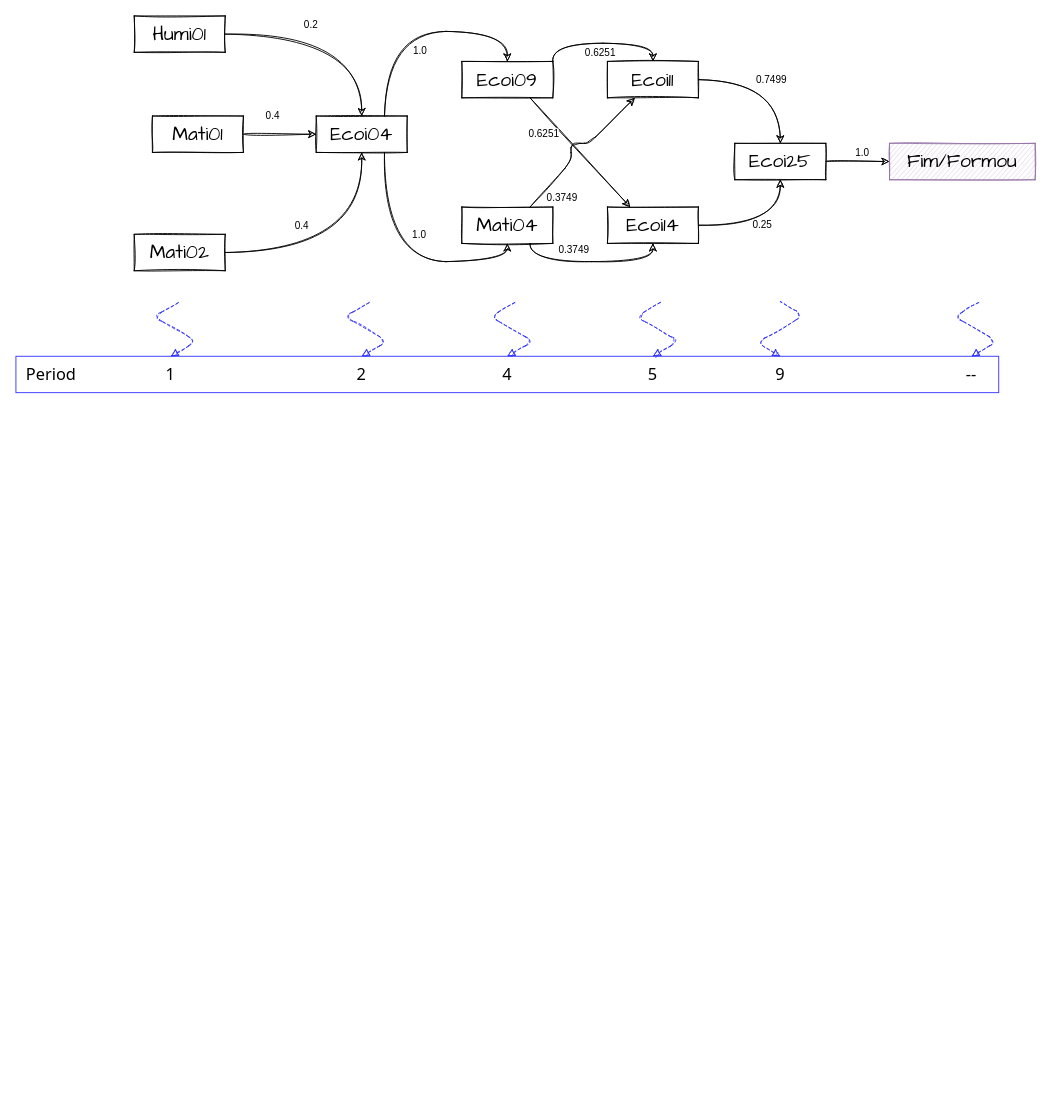
This is assets/fluxograms/grafo-desenvolvimento-web.drawio from ppcamp/sigaa-scraping-analysis, a draw.io file, before an edit. Source tidied: cells renumbered, new cells numbered last; positions are measured from the earlier drawing's top-left corner, leaving out a move shared by most shapes. Both pictures are drawn from the tidied source at 91%, with x=0, y=0 at pixel (15, 15).
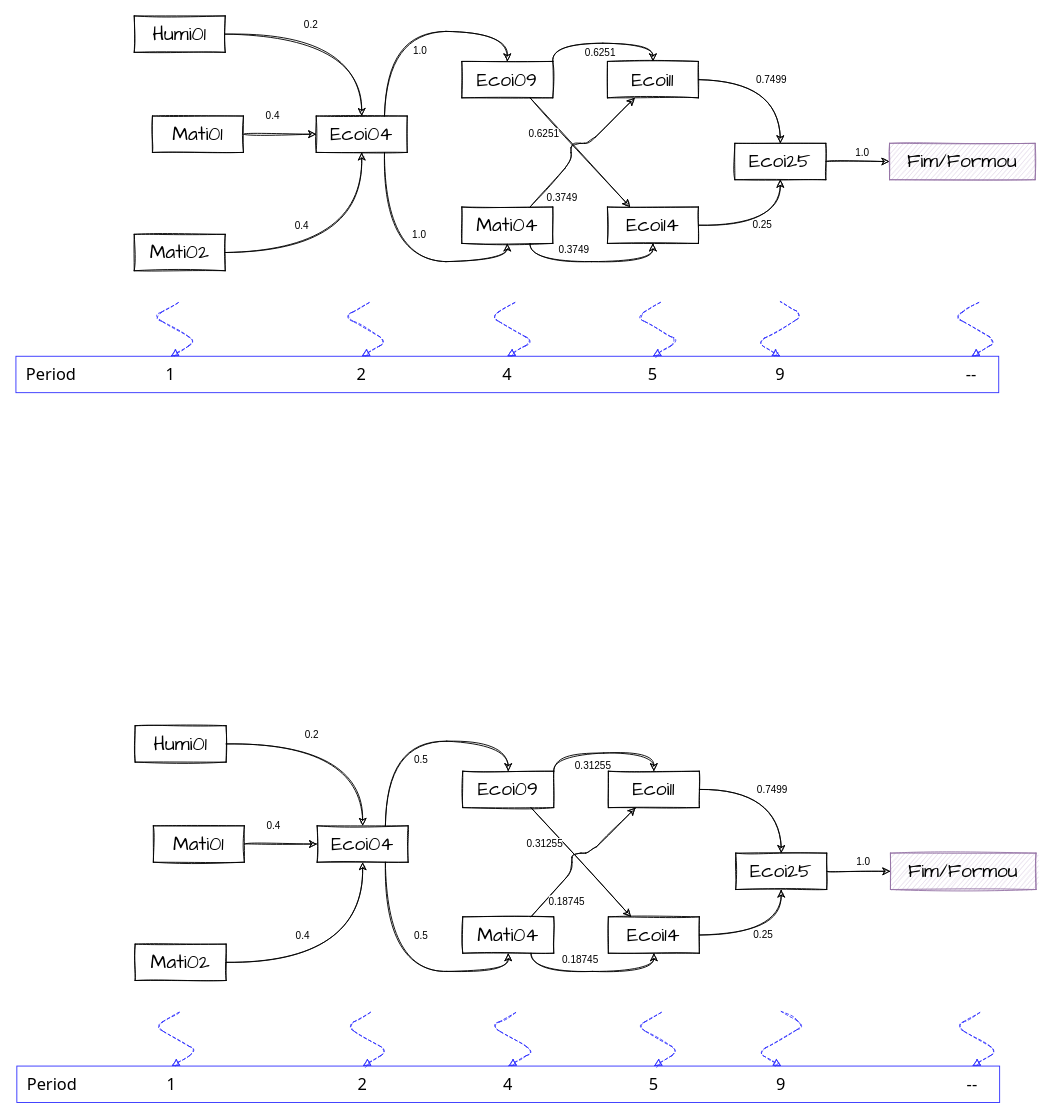
Above is the later version.

What changed in the source:
```diff
@@
+    <mxCell id="43" value="0.2" style="edgeStyle=orthogonalEdgeStyle;rounded=0;jettySize=auto;html=1;curved=1;sketch=1;entryX=0.5;entryY=0;entryDx=0;entryDy=0;" parent="1" edge="1" source="44" target="51">
+      <mxGeometry x="-0.22" y="10" relative="1" as="geometry" />
+    </mxCell>
+    <mxCell id="44" value="&lt;font face=&quot;Architects Daughter&quot; style=&quot;font-size: 21px&quot;&gt;Humi01&lt;/font&gt;" style="text;html=1;fillColor=none;align=center;verticalAlign=middle;whiteSpace=wrap;rounded=0;strokeColor=#000000;sketch=1;" parent="1" vertex="1">
+      <mxGeometry x="131" y="780" width="100" height="40" as="geometry" />
+    </mxCell>
+    <mxCell id="45" value="0.4" style="edgeStyle=orthogonalEdgeStyle;curved=1;rounded=0;sketch=1;jettySize=auto;html=1;entryX=0;entryY=0.5;entryDx=0;entryDy=0;" parent="1" edge="1" source="46" target="51">
+      <mxGeometry x="-0.2" y="20" relative="1" as="geometry" />
+    </mxCell>
+    <mxCell id="46" value="&lt;font face=&quot;Architects Daughter&quot; style=&quot;font-size: 21px&quot;&gt;Mati01&lt;/font&gt;" style="text;html=1;fillColor=none;align=center;verticalAlign=middle;whiteSpace=wrap;rounded=0;sketch=1;strokeColor=#000000;" parent="1" vertex="1">
+      <mxGeometry x="151" y="890" width="100" height="40" as="geometry" />
+    </mxCell>
+    <mxCell id="47" style="edgeStyle=orthogonalEdgeStyle;curved=1;rounded=0;sketch=1;jettySize=auto;html=1;exitX=0.5;exitY=0;exitDx=0;exitDy=0;entryX=0.75;entryY=0;entryDx=0;entryDy=0;endArrow=none;endFill=0;startArrow=classic;startFill=1;" parent="1" edge="1" source="58" target="51">
+      <mxGeometry relative="1" as="geometry">
+        <Array as="points">
+          <mxPoint x="541" y="797" />
+          <mxPoint x="406" y="797" />
+        </Array>
+      </mxGeometry>
+    </mxCell>
+    <mxCell id="48" value="0.5" style="edgeLabel;html=1;align=center;verticalAlign=middle;" parent="47" vertex="1">
+      <mxGeometry x="0.05" y="-7" relative="1" as="geometry">
+        <mxPoint x="7" y="27" as="offset" />
+      </mxGeometry>
+    </mxCell>
+    <mxCell id="49" style="edgeStyle=orthogonalEdgeStyle;curved=1;rounded=0;sketch=1;jettySize=auto;html=1;exitX=0.75;exitY=1;exitDx=0;exitDy=0;entryX=0.5;entryY=1;entryDx=0;entryDy=0;" parent="1" edge="1" source="51" target="62">
+      <mxGeometry relative="1" as="geometry" />
+    </mxCell>
+    <mxCell id="50" value="0.5" style="edgeLabel;html=1;align=center;verticalAlign=middle;" parent="49" vertex="1">
+      <mxGeometry x="0.11" y="10" relative="1" as="geometry">
+        <mxPoint x="5" y="-30" as="offset" />
+      </mxGeometry>
+    </mxCell>
+    <mxCell id="51" value="&lt;font face=&quot;Architects Daughter&quot; style=&quot;font-size: 21px&quot;&gt;Ecoi04&lt;/font&gt;" style="text;html=1;fillColor=none;align=center;verticalAlign=middle;whiteSpace=wrap;rounded=0;strokeColor=#000000;sketch=1;" parent="1" vertex="1">
+      <mxGeometry x="331" y="890" width="100" height="40" as="geometry" />
+    </mxCell>
+    <mxCell id="52" style="edgeStyle=orthogonalEdgeStyle;curved=1;rounded=0;sketch=1;jettySize=auto;html=1;entryX=0.5;entryY=1;entryDx=0;entryDy=0;" parent="1" edge="1" source="54" target="51">
+      <mxGeometry relative="1" as="geometry" />
+    </mxCell>
+    <mxCell id="53" value="0.4" style="edgeLabel;html=1;align=center;verticalAlign=middle;" parent="52" vertex="1">
+      <mxGeometry x="-0.28" y="23" relative="1" as="geometry">
+        <mxPoint x="-11" y="-7" as="offset" />
+      </mxGeometry>
+    </mxCell>
+    <mxCell id="54" value="&lt;font face=&quot;Architects Daughter&quot; style=&quot;font-size: 21px&quot;&gt;Mati02&lt;/font&gt;" style="text;html=1;fillColor=none;align=center;verticalAlign=middle;whiteSpace=wrap;rounded=0;strokeColor=#000000;sketch=1;" parent="1" vertex="1">
+      <mxGeometry x="131" y="1020" width="100" height="40" as="geometry" />
+    </mxCell>
+    <mxCell id="55" style="edgeStyle=orthogonalEdgeStyle;curved=1;rounded=0;sketch=1;jettySize=auto;html=1;exitX=1;exitY=0;exitDx=0;exitDy=0;entryX=0.5;entryY=0;entryDx=0;entryDy=0;" parent="1" edge="1" source="58" target="64">
+      <mxGeometry relative="1" as="geometry" />
+    </mxCell>
+    <mxCell id="56" value="0.31255" style="edgeLabel;html=1;align=center;verticalAlign=middle;" parent="55" vertex="1">
+      <mxGeometry x="-0.16" y="-5" relative="1" as="geometry">
+        <mxPoint x="-1" y="8" as="offset" />
+      </mxGeometry>
+    </mxCell>
+    <mxCell id="57" value="0.31255" style="edgeStyle=none;sketch=1;jumpStyle=sharp;jettySize=auto;html=1;exitX=0.75;exitY=1;exitDx=0;exitDy=0;entryX=0.25;entryY=0;entryDx=0;entryDy=0;rounded=0;" parent="1" edge="1" source="58" target="66">
+      <mxGeometry x="-0.51" y="-16" relative="1" as="geometry">
+        <Array as="points">
+          <mxPoint x="621" y="930" />
+        </Array>
+      </mxGeometry>
+    </mxCell>
+    <mxCell id="58" value="&lt;font face=&quot;Architects Daughter&quot; style=&quot;font-size: 21px&quot;&gt;Ecoi09&lt;/font&gt;" style="text;html=1;fillColor=none;align=center;verticalAlign=middle;whiteSpace=wrap;rounded=0;strokeColor=#000000;sketch=1;" parent="1" vertex="1">
+      <mxGeometry x="491" y="830" width="100" height="40" as="geometry" />
+    </mxCell>
+    <mxCell id="59" style="edgeStyle=orthogonalEdgeStyle;curved=1;rounded=0;sketch=1;jettySize=auto;html=1;exitX=0.75;exitY=1;exitDx=0;exitDy=0;entryX=0.5;entryY=1;entryDx=0;entryDy=0;" parent="1" edge="1" source="62" target="66">
+      <mxGeometry relative="1" as="geometry" />
+    </mxCell>
+    <mxCell id="60" value="0.18745" style="edgeLabel;html=1;align=center;verticalAlign=middle;" parent="59" vertex="1">
+      <mxGeometry x="-0.41" y="1" relative="1" as="geometry">
+        <mxPoint x="21" y="-13" as="offset" />
+      </mxGeometry>
+    </mxCell>
+    <mxCell id="61" value="0.18745" style="rounded=1;sketch=1;jettySize=auto;html=1;exitX=0.75;exitY=0;exitDx=0;exitDy=0;" parent="1" edge="1" source="62" target="64">
+      <mxGeometry x="-0.56" y="-18" relative="1" as="geometry">
+        <Array as="points">
+          <mxPoint x="611" y="940" />
+          <mxPoint x="611" y="920" />
+          <mxPoint x="631" y="920" />
+        </Array>
+      </mxGeometry>
+    </mxCell>
+    <mxCell id="62" value="&lt;font face=&quot;Architects Daughter&quot; style=&quot;font-size: 21px&quot;&gt;Mati04&lt;/font&gt;" style="text;html=1;fillColor=none;align=center;verticalAlign=middle;whiteSpace=wrap;rounded=0;strokeColor=#000000;sketch=1;" parent="1" vertex="1">
+      <mxGeometry x="491" y="990" width="100" height="40" as="geometry" />
+    </mxCell>
+    <mxCell id="63" value="0.7499" style="edgeStyle=orthogonalEdgeStyle;curved=1;rounded=1;sketch=1;jumpStyle=sharp;jettySize=auto;html=1;exitX=1;exitY=0.5;exitDx=0;exitDy=0;strokeColor=#000000;" parent="1" edge="1" source="64" target="68">
+      <mxGeometry relative="1" as="geometry" />
+    </mxCell>
+    <mxCell id="64" value="&lt;font face=&quot;Architects Daughter&quot; style=&quot;font-size: 21px&quot;&gt;Ecoi11&lt;/font&gt;" style="text;html=1;fillColor=none;align=center;verticalAlign=middle;whiteSpace=wrap;rounded=0;strokeColor=#000000;sketch=1;" parent="1" vertex="1">
+      <mxGeometry x="651" y="830" width="100" height="40" as="geometry" />
+    </mxCell>
+    <mxCell id="65" value="0.25" style="edgeStyle=orthogonalEdgeStyle;rounded=1;sketch=1;jumpStyle=sharp;jettySize=auto;html=1;exitX=1;exitY=0.5;exitDx=0;exitDy=0;entryX=0.5;entryY=1;entryDx=0;entryDy=0;strokeColor=#000000;curved=1;" parent="1" edge="1" source="66" target="68">
+      <mxGeometry relative="1" as="geometry" />
+    </mxCell>
+    <mxCell id="66" value="&lt;font face=&quot;Architects Daughter&quot; style=&quot;font-size: 21px&quot;&gt;Ecoi14&lt;/font&gt;" style="text;html=1;fillColor=none;align=center;verticalAlign=middle;whiteSpace=wrap;rounded=0;strokeColor=#000000;sketch=1;" parent="1" vertex="1">
+      <mxGeometry x="651" y="990" width="100" height="40" as="geometry" />
+    </mxCell>
+    <mxCell id="67" value="1.0" style="edgeStyle=orthogonalEdgeStyle;curved=1;rounded=1;sketch=1;jumpStyle=sharp;jettySize=auto;html=1;strokeColor=#000000;" parent="1" edge="1" source="68" target="69">
+      <mxGeometry x="0.14" y="10" relative="1" as="geometry" />
+    </mxCell>
+    <mxCell id="68" value="&lt;font face=&quot;Architects Daughter&quot; style=&quot;font-size: 21px&quot;&gt;Ecoi25&lt;/font&gt;" style="text;html=1;fillColor=none;align=center;verticalAlign=middle;whiteSpace=wrap;rounded=0;strokeColor=#000000;sketch=1;" parent="1" vertex="1">
+      <mxGeometry x="791" y="920" width="100" height="40" as="geometry" />
+    </mxCell>
+    <mxCell id="69" value="&lt;font face=&quot;Architects Daughter&quot; style=&quot;font-size: 21px&quot;&gt;Fim/Formou&lt;/font&gt;" style="text;html=1;fillColor=#e1d5e7;align=center;verticalAlign=middle;whiteSpace=wrap;rounded=0;strokeColor=#9673a6;sketch=1;" parent="1" vertex="1">
+      <mxGeometry x="961" y="920" width="160" height="40" as="geometry" />
+    </mxCell>
+    <mxCell id="70" style="group;" parent="1" vertex="1">
+      <mxGeometry x="1" y="1094" width="1080" height="100" as="geometry" />
+    </mxCell>
+    <mxCell id="71" value="&amp;nbsp; Period" style="text;html=1;align=left;verticalAlign=middle;whiteSpace=wrap;rounded=0;fontFamily=Tahoma;fontSize=18;labelBorderColor=none;strokeColor=#3333FF;" parent="70" vertex="1">
+      <mxGeometry y="60" width="1080" height="40" as="geometry" />
+    </mxCell>
+    <mxCell id="72" style="edgeStyle=isometricEdgeStyle;rounded=1;sketch=1;jumpStyle=sharp;jettySize=auto;html=1;exitX=0.5;exitY=0;exitDx=0;exitDy=0;fontFamily=Tahoma;fontSize=18;endArrow=none;endFill=0;dashed=1;startArrow=block;startFill=1;strokeColor=#3333FF;" parent="70" edge="1" source="73">
+      <mxGeometry relative="1" as="geometry">
+        <mxPoint x="180" as="targetPoint" />
+      </mxGeometry>
+    </mxCell>
+    <mxCell id="73" value="1" style="text;html=1;fillColor=none;align=center;verticalAlign=middle;whiteSpace=wrap;rounded=0;fontFamily=Tahoma;fontSize=18;" parent="70" vertex="1">
+      <mxGeometry x="150" y="60" width="40" height="40" as="geometry" />
+    </mxCell>
+    <mxCell id="74" style="edgeStyle=isometricEdgeStyle;rounded=1;sketch=1;jumpStyle=sharp;jettySize=auto;html=1;exitX=0.5;exitY=0;exitDx=0;exitDy=0;dashed=1;fontFamily=Tahoma;fontSize=18;endArrow=none;endFill=0;startArrow=block;startFill=1;strokeColor=#3333FF;" parent="70" edge="1" source="75">
+      <mxGeometry relative="1" as="geometry">
+        <mxPoint x="390" as="targetPoint" />
+      </mxGeometry>
+    </mxCell>
+    <mxCell id="75" value="2" style="text;html=1;fillColor=none;align=center;verticalAlign=middle;whiteSpace=wrap;rounded=0;fontFamily=Tahoma;fontSize=18;" parent="70" vertex="1">
+      <mxGeometry x="360" y="60" width="40" height="40" as="geometry" />
+    </mxCell>
+    <mxCell id="76" style="edgeStyle=isometricEdgeStyle;rounded=1;sketch=1;jumpStyle=sharp;jettySize=auto;html=1;exitX=0.5;exitY=0;exitDx=0;exitDy=0;dashed=1;fontFamily=Tahoma;fontSize=18;endArrow=none;endFill=0;startArrow=block;startFill=1;strokeColor=#3333FF;" parent="70" edge="1" source="77">
+      <mxGeometry relative="1" as="geometry">
+        <mxPoint x="550" as="targetPoint" />
+      </mxGeometry>
+    </mxCell>
+    <mxCell id="77" value="4" style="text;html=1;fillColor=none;align=center;verticalAlign=middle;whiteSpace=wrap;rounded=0;fontFamily=Tahoma;fontSize=18;" parent="70" vertex="1">
+      <mxGeometry x="520" y="60" width="40" height="40" as="geometry" />
+    </mxCell>
+    <mxCell id="78" style="edgeStyle=isometricEdgeStyle;rounded=1;sketch=1;jumpStyle=sharp;jettySize=auto;html=1;exitX=0.5;exitY=0;exitDx=0;exitDy=0;dashed=1;fontFamily=Tahoma;fontSize=18;endArrow=none;endFill=0;startArrow=block;startFill=1;strokeColor=#3333FF;" parent="70" edge="1" source="79">
+      <mxGeometry relative="1" as="geometry">
+        <mxPoint x="710" as="targetPoint" />
+      </mxGeometry>
+    </mxCell>
+    <mxCell id="79" value="5" style="text;html=1;fillColor=none;align=center;verticalAlign=middle;whiteSpace=wrap;rounded=0;fontFamily=Tahoma;fontSize=18;" parent="70" vertex="1">
+      <mxGeometry x="680" y="60" width="40" height="40" as="geometry" />
+    </mxCell>
+    <mxCell id="80" style="edgeStyle=isometricEdgeStyle;rounded=1;sketch=1;jumpStyle=sharp;jettySize=auto;html=1;exitX=0.5;exitY=0;exitDx=0;exitDy=0;dashed=1;fontFamily=Tahoma;fontSize=18;endArrow=none;endFill=0;elbow=vertical;startArrow=block;startFill=1;strokeColor=#3333FF;" parent="70" edge="1" source="81">
+      <mxGeometry relative="1" as="geometry">
+        <mxPoint x="840" as="targetPoint" />
+      </mxGeometry>
+    </mxCell>
+    <mxCell id="81" value="9" style="text;html=1;fillColor=none;align=center;verticalAlign=middle;whiteSpace=wrap;rounded=0;fontFamily=Tahoma;fontSize=18;" parent="70" vertex="1">
+      <mxGeometry x="820" y="60" width="40" height="40" as="geometry" />
+    </mxCell>
+    <mxCell id="82" style="edgeStyle=isometricEdgeStyle;rounded=1;sketch=1;jumpStyle=sharp;jettySize=auto;html=1;exitX=0.5;exitY=0;exitDx=0;exitDy=0;dashed=1;fontFamily=Tahoma;fontSize=18;startArrow=block;startFill=1;endArrow=none;endFill=0;strokeColor=#3333FF;" parent="70" edge="1" source="83">
+      <mxGeometry relative="1" as="geometry">
+        <mxPoint x="1060" as="targetPoint" />
+      </mxGeometry>
+    </mxCell>
+    <mxCell id="83" value="--" style="text;html=1;strokeColor=none;fillColor=none;align=center;verticalAlign=middle;whiteSpace=wrap;rounded=0;fontFamily=Tahoma;fontSize=18;" parent="70" vertex="1">
+      <mxGeometry x="1030" y="60" width="40" height="40" as="geometry" />
+    </mxCell>
```
